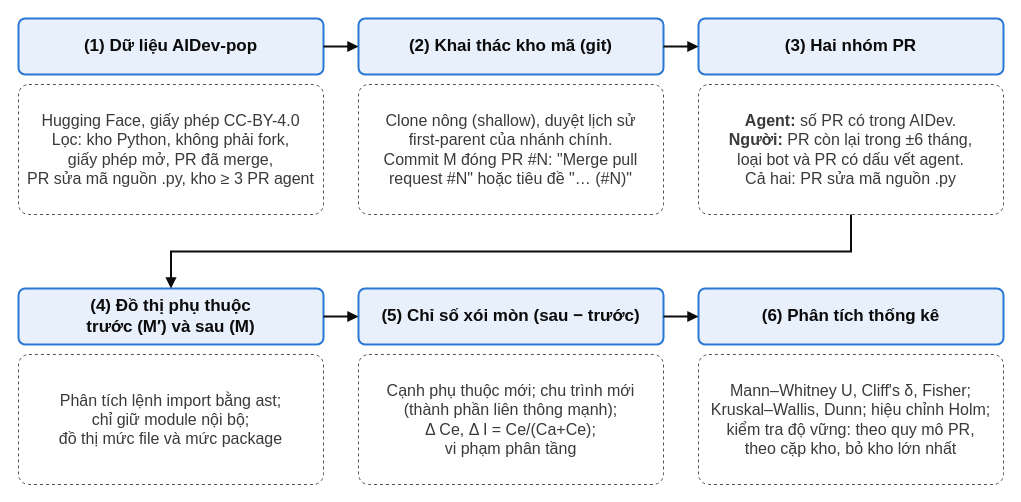
The draw.io diagram results/figures/src/fig1_pipeline.drawio in Russell1817/XOI-MON-KIEN-TRUC-DO-AI-AGENT, before the edit. Source tidied: cells renumbered, new cells numbered last; positions are measured from the earlier drawing's top-left corner, leaving out a move shared by most shapes. Both pictures are drawn from the tidied source at 100%, with x=0, y=0 at pixel (18, 18).
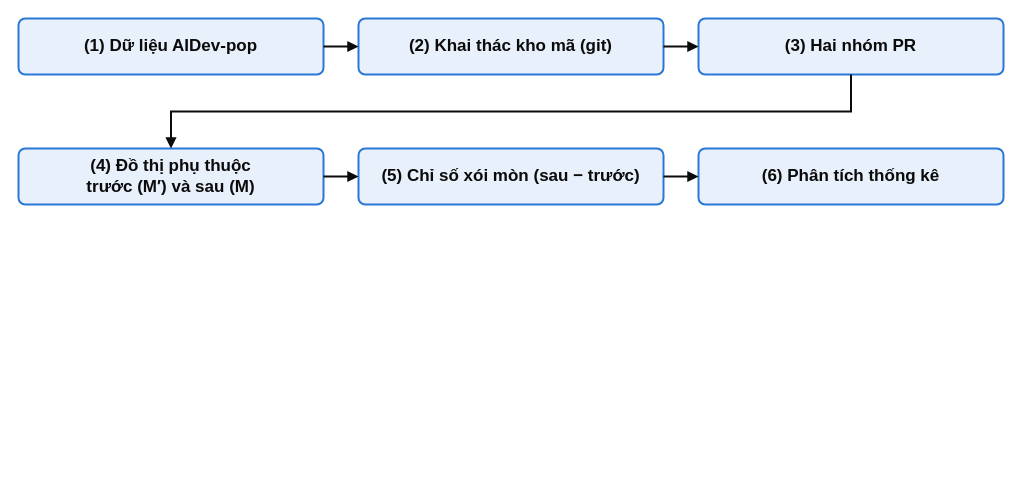
The same diagram, later.

Commit message (it also covers changes not shown here):
feat(figures): English figure variants; simplify figures 1 and 2

Unchanged cells that the change refers to:
```xml
<mxCell id="6" value="&lt;b&gt;(3) Hai nhóm PR&lt;/b&gt;" style="rounded=1;whiteSpace=wrap;html=1;arcSize=12;fillColor=#E8F0FB;strokeColor=#2A78D6;strokeWidth=2;fontFamily=Arial;fontSize=17;fontColor=#0B0B0B;" parent="1" vertex="1">
  <mxGeometry x="680" width="305" height="56" as="geometry" />
</mxCell>
```

What changed in the source:
```diff
@@
-    <mxCell id="3" value="Hugging Face, giấy phép CC-BY-4.0&lt;br&gt;Lọc: kho Python, không phải fork,&lt;br&gt;giấy phép mở, PR đã merge,&lt;br&gt;PR sửa mã nguồn .py, kho ≥ 3 PR agent" style="rounded=1;whiteSpace=wrap;html=1;arcSize=8;fillColor=#FFFFFF;strokeColor=#52514E;dashed=1;fontFamily=Arial;fontSize=16;fontColor=#3A3A38;align=center;" parent="1" vertex="1">
-      <mxGeometry y="66" width="305" height="130" as="geometry" />
-    </mxCell>
@@
-    <mxCell id="5" value="Clone nông (shallow), duyệt lịch sử&lt;br&gt;first-parent của nhánh chính.&lt;br&gt;Commit M đóng PR #N: &quot;Merge pull&lt;br&gt;request #N&quot; hoặc tiêu đề &quot;… (#N)&quot;" style="rounded=1;whiteSpace=wrap;html=1;arcSize=8;fillColor=#FFFFFF;strokeColor=#52514E;dashed=1;fontFamily=Arial;fontSize=16;fontColor=#3A3A38;" parent="1" vertex="1">
-      <mxGeometry x="340" y="66" width="305" height="130" as="geometry" />
-    </mxCell>
@@
-    <mxCell id="7" value="&lt;b&gt;Agent:&lt;/b&gt; số PR có trong AIDev.&lt;br&gt;&lt;b&gt;Người:&lt;/b&gt; PR còn lại trong ±6 tháng,&lt;br&gt;loại bot và PR có dấu vết agent.&lt;br&gt;Cả hai: PR sửa mã nguồn .py" style="rounded=1;whiteSpace=wrap;html=1;arcSize=8;fillColor=#FFFFFF;strokeColor=#52514E;dashed=1;fontFamily=Arial;fontSize=16;fontColor=#3A3A38;" parent="1" vertex="1">
-      <mxGeometry x="680" y="66" width="305" height="130" as="geometry" />
-    </mxCell>
     <mxCell id="8" value="&lt;b&gt;(4) Đồ thị phụ thuộc&lt;br&gt;trước (M′) và sau (M)&lt;/b&gt;" style="rounded=1;whiteSpace=wrap;html=1;arcSize=12;fillColor=#E8F0FB;strokeColor=#2A78D6;strokeWidth=2;fontFamily=Arial;fontSize=17;fontColor=#0B0B0B;" parent="1" vertex="1">
-      <mxGeometry y="270" width="305" height="56" as="geometry" />
+      <mxGeometry y="130" width="305" height="56" as="geometry" />
     </mxCell>
-    <mxCell id="9" value="Phân tích lệnh import bằng ast;&lt;br&gt;chỉ giữ module nội bộ;&lt;br&gt;đồ thị mức file và mức package" style="rounded=1;whiteSpace=wrap;html=1;arcSize=8;fillColor=#FFFFFF;strokeColor=#52514E;dashed=1;fontFamily=Arial;fontSize=16;fontColor=#3A3A38;" parent="1" vertex="1">
-      <mxGeometry y="336" width="305" height="130" as="geometry" />
-    </mxCell>
     <mxCell id="10" value="&lt;b&gt;(5) Chỉ số xói mòn (sau − trước)&lt;/b&gt;" style="rounded=1;whiteSpace=wrap;html=1;arcSize=12;fillColor=#E8F0FB;strokeColor=#2A78D6;strokeWidth=2;fontFamily=Arial;fontSize=17;fontColor=#0B0B0B;" parent="1" vertex="1">
-      <mxGeometry x="340" y="270" width="305" height="56" as="geometry" />
+      <mxGeometry x="340" y="130" width="305" height="56" as="geometry" />
     </mxCell>
-    <mxCell id="11" value="Cạnh phụ thuộc mới; chu trình mới&lt;br&gt;(thành phần liên thông mạnh);&lt;br&gt;Δ Ce, Δ I = Ce/(Ca+Ce);&lt;br&gt;vi phạm phân tầng" style="rounded=1;whiteSpace=wrap;html=1;arcSize=8;fillColor=#FFFFFF;strokeColor=#52514E;dashed=1;fontFamily=Arial;fontSize=16;fontColor=#3A3A38;" parent="1" vertex="1">
-      <mxGeometry x="340" y="336" width="305" height="130" as="geometry" />
-    </mxCell>
     <mxCell id="12" value="&lt;b&gt;(6) Phân tích thống kê&lt;/b&gt;" style="rounded=1;whiteSpace=wrap;html=1;arcSize=12;fillColor=#E8F0FB;strokeColor=#2A78D6;strokeWidth=2;fontFamily=Arial;fontSize=17;fontColor=#0B0B0B;" parent="1" vertex="1">
-      <mxGeometry x="680" y="270" width="305" height="56" as="geometry" />
+      <mxGeometry x="680" y="130" width="305" height="56" as="geometry" />
     </mxCell>
-    <mxCell id="13" value="Mann–Whitney U, Cliff's δ, Fisher;&lt;br&gt;Kruskal–Wallis, Dunn; hiệu chỉnh Holm;&lt;br&gt;kiểm tra độ vững: theo quy mô PR,&lt;br&gt;theo cặp kho, bỏ kho lớn nhất" style="rounded=1;whiteSpace=wrap;html=1;arcSize=8;fillColor=#FFFFFF;strokeColor=#52514E;dashed=1;fontFamily=Arial;fontSize=16;fontColor=#3A3A38;" parent="1" vertex="1">
-      <mxGeometry x="680" y="336" width="305" height="130" as="geometry" />
-    </mxCell>
@@
-    <mxCell id="16" style="edgeStyle=orthogonalEdgeStyle;rounded=0;html=1;endArrow=block;endFill=1;strokeWidth=2;strokeColor=#0B0B0B;exitX=0.5;exitY=1;exitDx=0;exitDy=0;entryX=0.5;entryY=0;entryDx=0;entryDy=0;" parent="1" edge="1" source="7" target="8">
+    <mxCell id="16" style="edgeStyle=orthogonalEdgeStyle;rounded=0;html=1;endArrow=block;endFill=1;strokeWidth=2;strokeColor=#0B0B0B;exitX=0.5;exitY=1;exitDx=0;exitDy=0;entryX=0.5;entryY=0;entryDx=0;entryDy=0;" parent="1" edge="1" source="6" target="8">
       <mxGeometry relative="1" as="geometry">
         <Array as="points">
-          <mxPoint x="832" y="233" />
-          <mxPoint x="152" y="233" />
+          <mxPoint x="832" y="93" />
+          <mxPoint x="152" y="93" />
         </Array>
       </mxGeometry>
     </mxCell>
```
